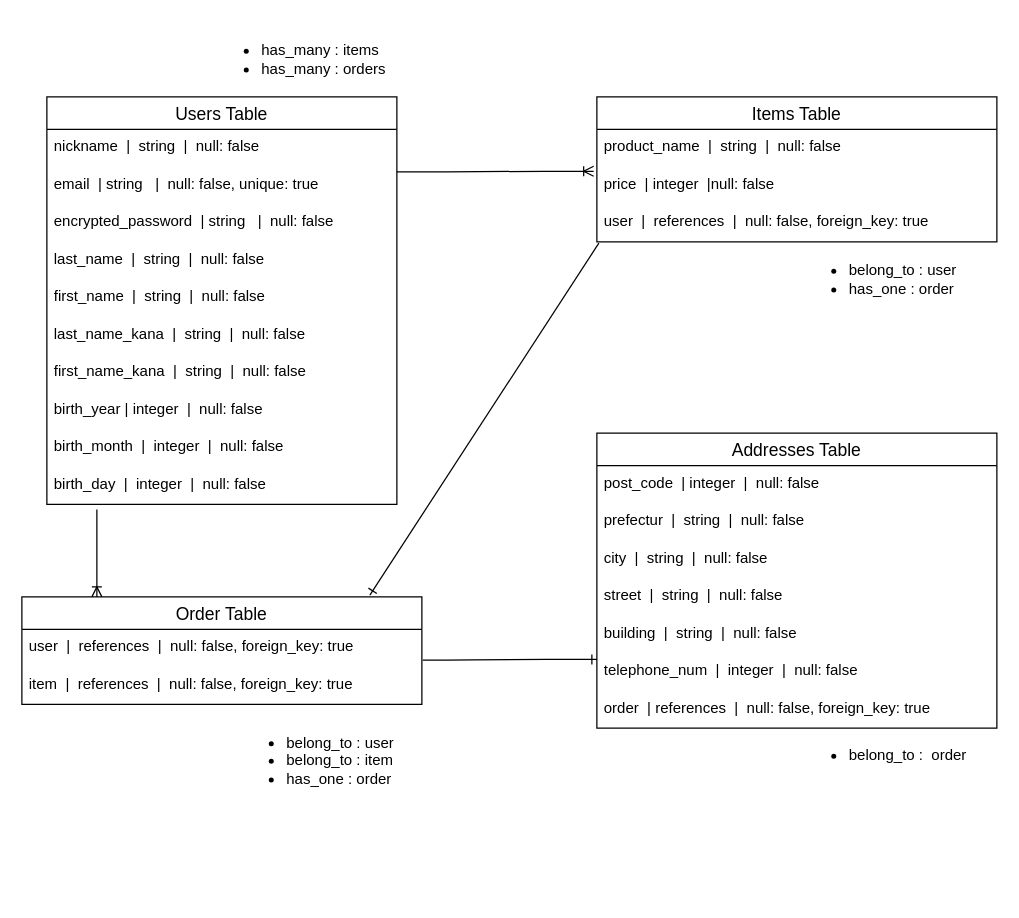
Above: furima_er.dio in KITASHA/furima-40377 (draw.io), before the change. Source tidied: cells renumbered, new cells numbered last; positions are measured from the earlier drawing's top-left corner, leaving out a move shared by most shapes. Both pictures are drawn from the tidied source at 125%, with x=0, y=0 at pixel (21, 21).
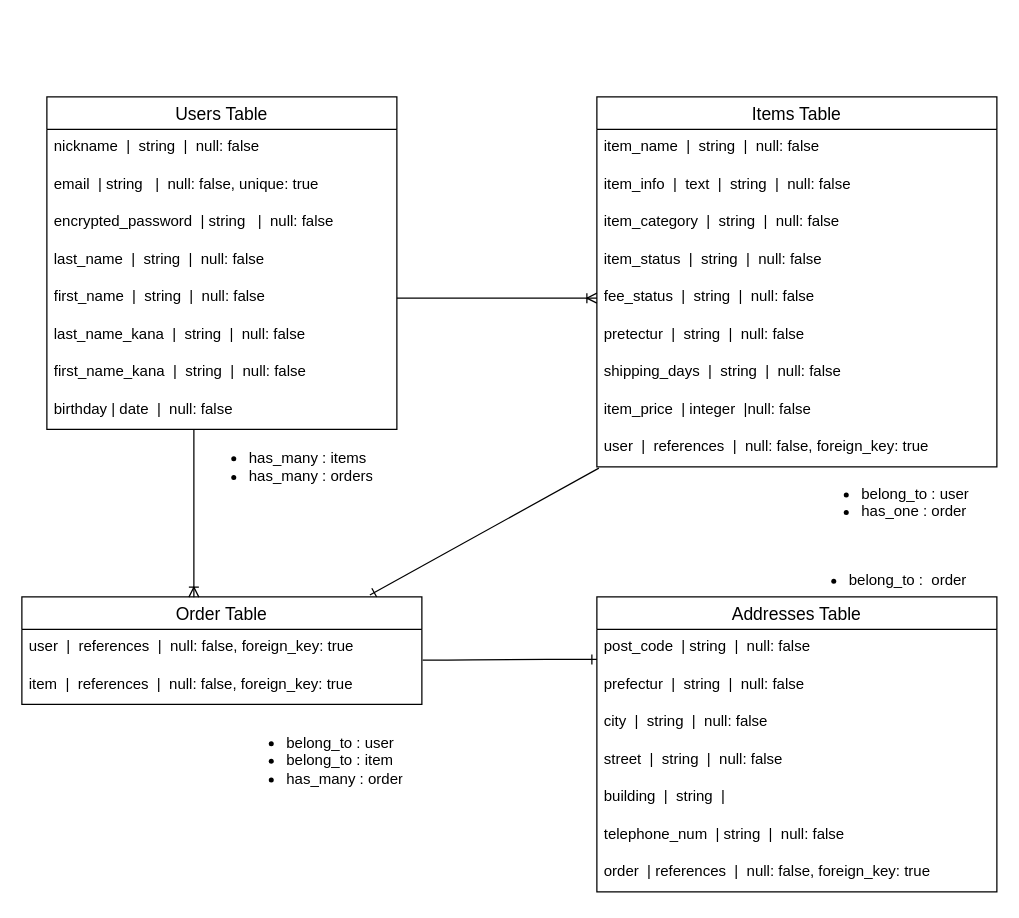
After the change.

Commit message (it also covers changes not shown here):
データベース設計 修正#2

Itemsテーブルのカラムを追加
その他多数のカラムに軽微な修正

Change to the diagram source:
```diff
@@
     <mxCell id="2" value="Users Table" style="swimlane;fontStyle=0;horizontal=1;startSize=26;align=center;fontSize=14;" parent="1" vertex="1">
-      <mxGeometry x="20" y="60" width="280" height="326" as="geometry" />
+      <mxGeometry x="20" y="60" width="280" height="266" as="geometry" />
     </mxCell>
@@
-    <mxCell id="10" value="birth_year | integer  |  null: false" style="text;strokeColor=none;fillColor=none;spacingLeft=4;spacingRight=4;overflow=hidden;fontSize=12;" parent="2" vertex="1">
+    <mxCell id="10" value="birthday | date  |  null: false" style="text;strokeColor=none;fillColor=none;spacingLeft=4;spacingRight=4;overflow=hidden;fontSize=12;" parent="2" vertex="1">
       <mxGeometry y="236" width="280" height="30" as="geometry" />
     </mxCell>
-    <mxCell id="11" value="birth_month  |  integer  |  null: false" style="text;strokeColor=none;fillColor=none;spacingLeft=4;spacingRight=4;overflow=hidden;fontSize=12;" parent="2" vertex="1">
-      <mxGeometry y="266" width="280" height="30" as="geometry" />
-    </mxCell>
-    <mxCell id="12" value="birth_day  |  integer  |  null: false" style="text;strokeColor=none;fillColor=none;spacingLeft=4;spacingRight=4;overflow=hidden;fontSize=12;" parent="2" vertex="1">
-      <mxGeometry y="296" width="280" height="30" as="geometry" />
-    </mxCell>
     <mxCell id="13" value="Items Table" style="swimlane;fontStyle=0;horizontal=1;startSize=26;align=center;fontSize=14;" parent="1" vertex="1">
-      <mxGeometry x="460" y="60" width="320" height="116" as="geometry" />
+      <mxGeometry x="460" y="60" width="320" height="296" as="geometry" />
     </mxCell>
-    <mxCell id="14" value="product_name  |  string  |  null: false" style="text;strokeColor=none;fillColor=none;spacingLeft=4;spacingRight=4;overflow=hidden;fontSize=12;" parent="13" vertex="1">
+    <mxCell id="14" value="item_name  |  string  |  null: false" style="text;strokeColor=none;fillColor=none;spacingLeft=4;spacingRight=4;overflow=hidden;fontSize=12;" parent="13" vertex="1">
       <mxGeometry y="26" width="320" height="30" as="geometry" />
     </mxCell>
+    <mxCell id="36" value="item_info  |  text  |  string  |  null: false" style="text;strokeColor=none;fillColor=none;spacingLeft=4;spacingRight=4;overflow=hidden;fontSize=12;" parent="13" vertex="1">
+      <mxGeometry y="56" width="320" height="30" as="geometry" />
+    </mxCell>
+    <mxCell id="37" value="item_category  |  string  |  null: false" style="text;strokeColor=none;fillColor=none;spacingLeft=4;spacingRight=4;overflow=hidden;fontSize=12;" parent="13" vertex="1">
+      <mxGeometry y="86" width="320" height="30" as="geometry" />
+    </mxCell>
+    <mxCell id="38" value="item_status  |  string  |  null: false" style="text;strokeColor=none;fillColor=none;spacingLeft=4;spacingRight=4;overflow=hidden;fontSize=12;" parent="13" vertex="1">
+      <mxGeometry y="116" width="320" height="30" as="geometry" />
+    </mxCell>
+    <mxCell id="39" value="fee_status  |  string  |  null: false" style="text;strokeColor=none;fillColor=none;spacingLeft=4;spacingRight=4;overflow=hidden;points=[[0,0.5],[1,0.5]];portConstraint=eastwest;fontSize=12;" parent="13" vertex="1">
+      <mxGeometry y="146" width="320" height="30" as="geometry" />
+    </mxCell>
+    <mxCell id="40" value="pretectur  |  string  |  null: false" style="text;strokeColor=none;fillColor=none;spacingLeft=4;spacingRight=4;overflow=hidden;fontSize=12;" parent="13" vertex="1">
+      <mxGeometry y="176" width="320" height="30" as="geometry" />
+    </mxCell>
+    <mxCell id="41" value="shipping_days  |  string  |  null: false" style="text;strokeColor=none;fillColor=none;spacingLeft=4;spacingRight=4;overflow=hidden;fontSize=12;" parent="13" vertex="1">
+      <mxGeometry y="206" width="320" height="30" as="geometry" />
+    </mxCell>
-    <mxCell id="15" value="price  | integer  |null: false" style="text;strokeColor=none;fillColor=none;spacingLeft=4;spacingRight=4;overflow=hidden;points=[[0,0.5],[1,0.5]];portConstraint=eastwest;fontSize=12;" parent="13" vertex="1">
-      <mxGeometry y="56" width="320" height="30" as="geometry" />
+    <mxCell id="15" value="item_price  | integer  |null: false" style="text;strokeColor=none;fillColor=none;spacingLeft=4;spacingRight=4;overflow=hidden;points=[[0,0.5],[1,0.5]];portConstraint=eastwest;fontSize=12;" parent="13" vertex="1">
+      <mxGeometry y="236" width="320" height="30" as="geometry" />
     </mxCell>
     <mxCell id="16" value="user  |  references  |  null: false, foreign_key: true " style="text;strokeColor=none;fillColor=none;spacingLeft=4;spacingRight=4;overflow=hidden;points=[[0,0.5],[1,0.5]];portConstraint=eastwest;fontSize=12;" parent="13" vertex="1">
-      <mxGeometry y="86" width="320" height="30" as="geometry" />
+      <mxGeometry y="266" width="320" height="30" as="geometry" />
     </mxCell>
@@
     <mxCell id="20" value="Addresses Table" style="swimlane;fontStyle=0;horizontal=1;startSize=26;align=center;fontSize=14;" parent="1" vertex="1">
-      <mxGeometry x="460" y="329" width="320" height="236" as="geometry" />
+      <mxGeometry x="460" y="460" width="320" height="236" as="geometry" />
     </mxCell>
-    <mxCell id="21" value="post_code  | integer  |  null: false  " style="text;strokeColor=none;fillColor=none;spacingLeft=4;spacingRight=4;overflow=hidden;fontSize=12;" parent="20" vertex="1">
+    <mxCell id="21" value="post_code  | string  |  null: false  " style="text;strokeColor=none;fillColor=none;spacingLeft=4;spacingRight=4;overflow=hidden;fontSize=12;" parent="20" vertex="1">
       <mxGeometry y="26" width="320" height="30" as="geometry" />
     </mxCell>
@@
-    <mxCell id="25" value="building  |  string  |  null: false    " style="text;strokeColor=none;fillColor=none;spacingLeft=4;spacingRight=4;overflow=hidden;fontSize=12;" parent="20" vertex="1">
+    <mxCell id="25" value="building  |  string  |  " style="text;strokeColor=none;fillColor=none;spacingLeft=4;spacingRight=4;overflow=hidden;fontSize=12;" parent="20" vertex="1">
       <mxGeometry y="146" width="320" height="30" as="geometry" />
     </mxCell>
-    <mxCell id="26" value="telephone_num  |  integer  |  null: false  " style="text;strokeColor=none;fillColor=none;spacingLeft=4;spacingRight=4;overflow=hidden;fontSize=12;" parent="20" vertex="1">
+    <mxCell id="26" value="telephone_num  | string  |  null: false  " style="text;strokeColor=none;fillColor=none;spacingLeft=4;spacingRight=4;overflow=hidden;fontSize=12;" parent="20" vertex="1">
       <mxGeometry y="176" width="320" height="30" as="geometry" />
     </mxCell>
@@
-    <mxCell id="28" style="edgeStyle=entityRelationEdgeStyle;fontSize=12;html=1;endArrow=ERoneToMany;entryX=-0.008;entryY=0.117;entryDx=0;entryDy=0;entryPerimeter=0;" parent="1" edge="1" target="15">
+    <mxCell id="28" style="fontSize=12;html=1;endArrow=ERoneToMany;entryX=0;entryY=0.5;entryDx=0;entryDy=0;" parent="1" edge="1" target="39">
       <mxGeometry relative="1" as="geometry">
-        <mxPoint x="300" y="120" as="sourcePoint" />
+        <mxPoint x="300" y="221" as="sourcePoint" />
       </mxGeometry>
     </mxCell>
-    <mxCell id="29" style="fontSize=12;html=1;endArrow=ERoneToMany;" parent="1" edge="1">
+    <mxCell id="29" style="fontSize=12;html=1;endArrow=ERoneToMany;exitX=0.42;exitY=0.8;exitDx=0;exitDy=0;exitPerimeter=0;entryX=0.43;entryY=-0.067;entryDx=0;entryDy=0;entryPerimeter=0;" parent="1" edge="1">
       <mxGeometry relative="1" as="geometry">
-        <mxPoint x="60" y="390" as="sourcePoint" />
-        <mxPoint x="60" y="460" as="targetPoint" />
+        <mxPoint x="137.6" y="326" as="sourcePoint" />
+        <mxPoint x="137.6" y="460.2" as="targetPoint" />
       </mxGeometry>
     </mxCell>
@@
     <mxCell id="32" value="&lt;ul&gt;&lt;li&gt;has_many : items&lt;/li&gt;&lt;li&gt;has_many : orders&lt;/li&gt;&lt;/ul&gt;" style="text;strokeColor=none;fillColor=none;html=1;whiteSpace=wrap;verticalAlign=middle;overflow=hidden;" parent="1" vertex="1">
-      <mxGeometry x="150" width="150" height="60" as="geometry" />
+      <mxGeometry x="140" y="326" width="160" height="60" as="geometry" />
     </mxCell>
     <mxCell id="33" value="&lt;ul&gt;&lt;li&gt;belong_to : user&lt;/li&gt;&lt;li&gt;has_one : order&lt;/li&gt;&lt;/ul&gt;" style="text;strokeColor=none;fillColor=none;html=1;whiteSpace=wrap;verticalAlign=middle;overflow=hidden;" parent="1" vertex="1">
-      <mxGeometry x="620" y="176" width="160" height="60" as="geometry" />
+      <mxGeometry x="630" y="356" width="150" height="56" as="geometry" />
     </mxCell>
-    <mxCell id="34" value="&lt;ul&gt;&lt;li&gt;belong_to : user&lt;/li&gt;&lt;li&gt;belong_to : item&lt;/li&gt;&lt;li&gt;has_one : order&lt;/li&gt;&lt;/ul&gt;" style="text;strokeColor=none;fillColor=none;html=1;whiteSpace=wrap;verticalAlign=middle;overflow=hidden;" parent="1" vertex="1">
+    <mxCell id="34" value="&lt;ul&gt;&lt;li&gt;belong_to : user&lt;/li&gt;&lt;li&gt;belong_to : item&lt;/li&gt;&lt;li&gt;has_many : order&lt;/li&gt;&lt;/ul&gt;" style="text;strokeColor=none;fillColor=none;html=1;whiteSpace=wrap;verticalAlign=middle;overflow=hidden;" parent="1" vertex="1">
       <mxGeometry x="170" y="546" width="150" height="90" as="geometry" />
     </mxCell>
     <mxCell id="35" value="&lt;ul&gt;&lt;li&gt;belong_to :&amp;nbsp; order&lt;/li&gt;&lt;/ul&gt;" style="text;strokeColor=none;fillColor=none;html=1;whiteSpace=wrap;verticalAlign=middle;overflow=hidden;" parent="1" vertex="1">
-      <mxGeometry x="620" y="565" width="160" height="35" as="geometry" />
+      <mxGeometry x="620" y="425" width="160" height="35" as="geometry" />
     </mxCell>
```
